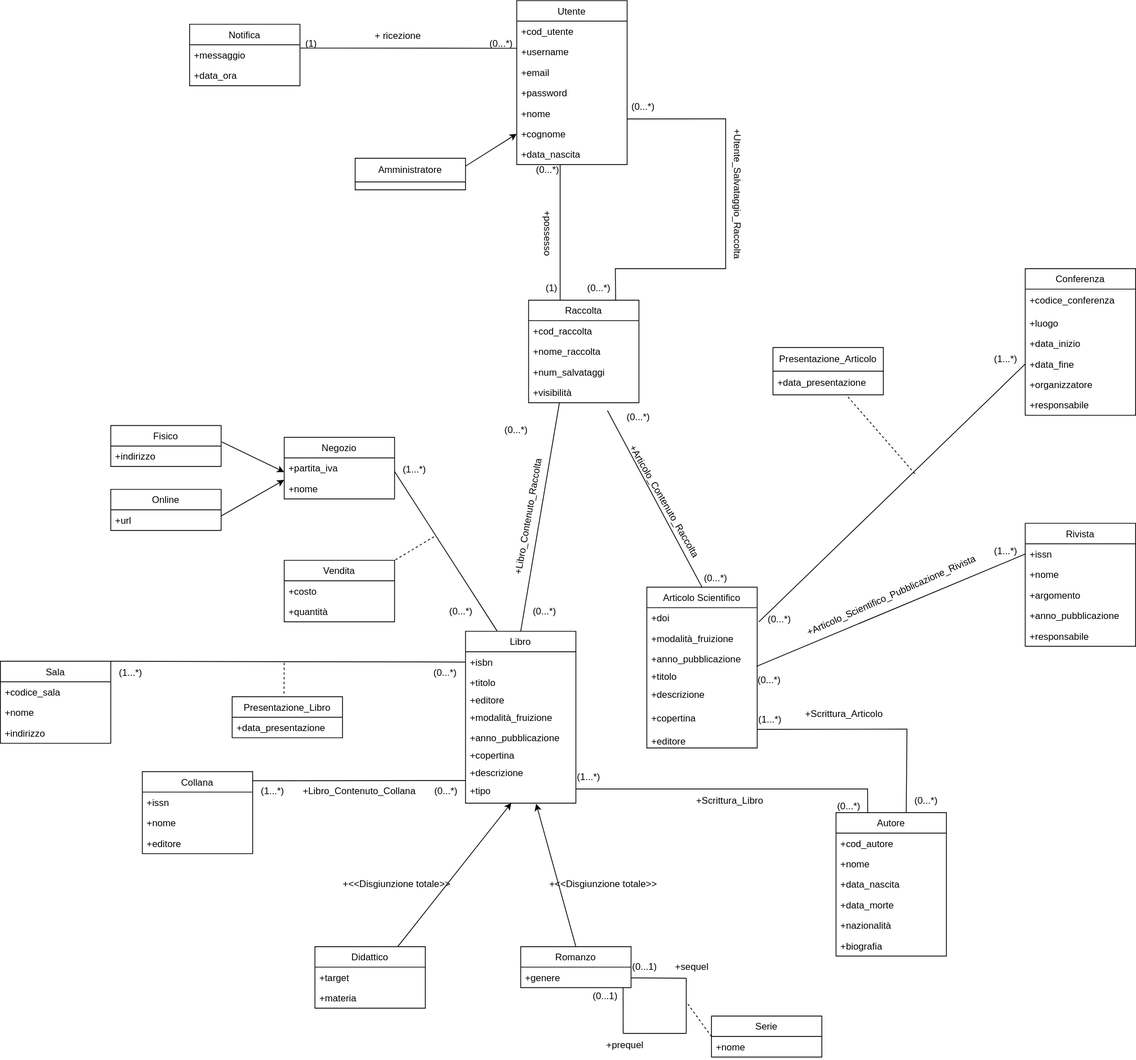
The draw.io diagram progettazione_concettuale/Modello_Concettuale_UML.drawio.svg in m3tt0/Progetto_OB_BASI, before a commit. Source tidied: cells renumbered, new cells last; positions are measured from the earlier drawing's top-left corner, leaving out a move shared by most shapes.
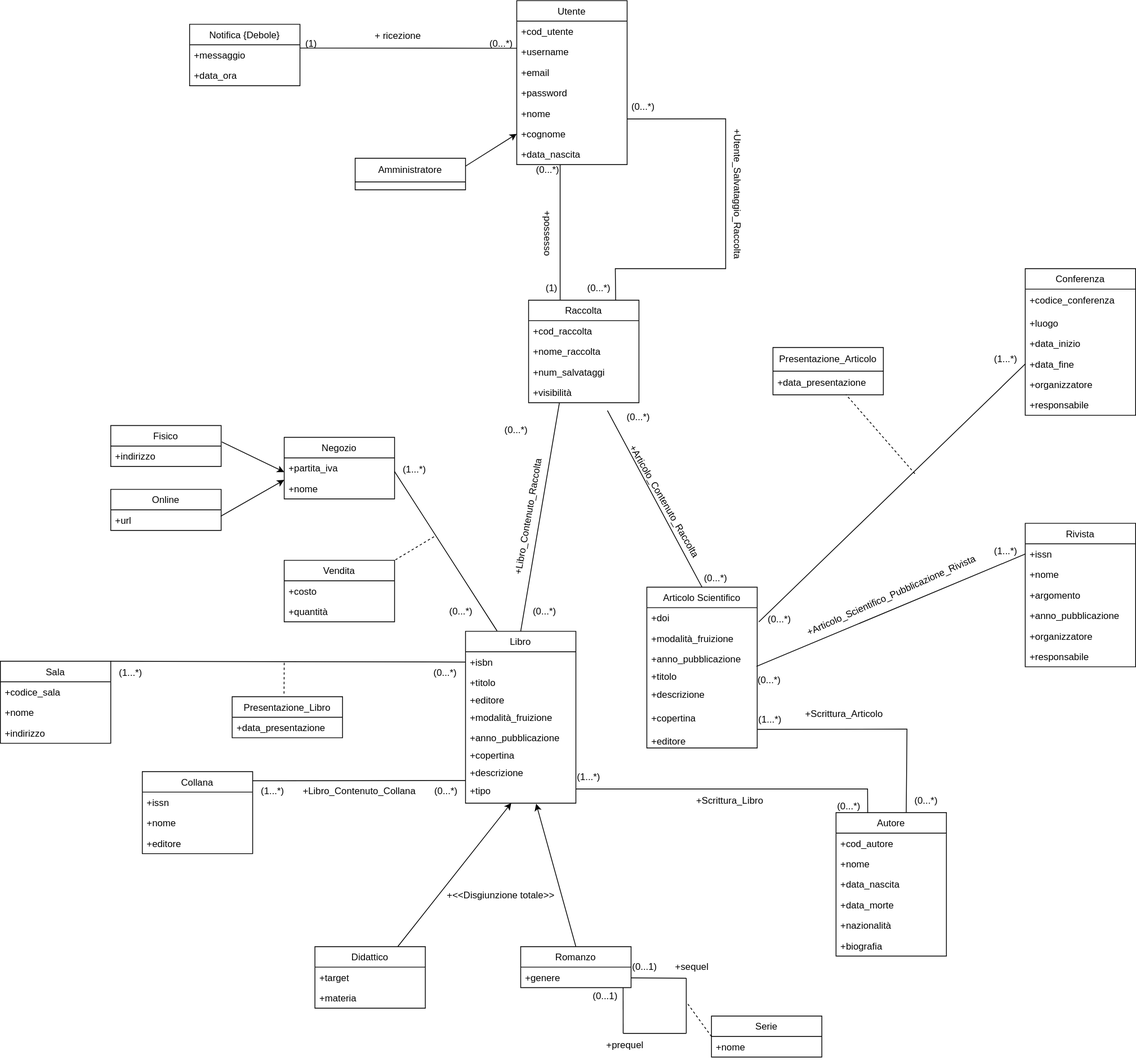
Later version of the same file.

Diff of the diagram source:
```diff
@@ -110,7 +110,7 @@
       </mxGeometry>
     </mxCell>
     <mxCell id="35" value="Rivista" style="swimlane;fontStyle=0;horizontal=1;startSize=26;fillColor=none;" parent="1" vertex="1">
-      <mxGeometry x="1300" y="663" width="140" height="156" as="geometry" />
+      <mxGeometry x="1300" y="663" width="140" height="182" as="geometry" />
     </mxCell>
     <mxCell id="36" value="+issn" style="text;strokeColor=none;fillColor=none;align=left;verticalAlign=top;spacingLeft=4;spacingRight=4;overflow=hidden;points=[[0,0.5],[1,0.5]];portConstraint=eastwest;" parent="35" vertex="1">
       <mxGeometry y="26" width="140" height="26" as="geometry" />
@@ -124,9 +124,12 @@
     <mxCell id="39" value="+anno_pubblicazione" style="text;strokeColor=none;fillColor=none;align=left;verticalAlign=top;spacingLeft=4;spacingRight=4;overflow=hidden;" parent="35" vertex="1">
       <mxGeometry y="104" width="140" height="26" as="geometry" />
     </mxCell>
-    <mxCell id="40" value="+responsabile" style="text;strokeColor=none;fillColor=none;align=left;verticalAlign=top;spacingLeft=4;spacingRight=4;overflow=hidden;" parent="35" vertex="1">
+    <mxCell id="40" value="+organizzatore" style="text;strokeColor=none;fillColor=none;align=left;verticalAlign=top;spacingLeft=4;spacingRight=4;overflow=hidden;" parent="35" vertex="1">
       <mxGeometry y="130" width="140" height="26" as="geometry" />
     </mxCell>
+    <mxCell id="150" value="+responsabile" style="text;strokeColor=none;fillColor=none;align=left;verticalAlign=top;spacingLeft=4;spacingRight=4;overflow=hidden;" parent="35" vertex="1">
+      <mxGeometry y="156" width="140" height="26" as="geometry" />
+    </mxCell>
     <mxCell id="41" style="endArrow=none;html=1;rounded=0;entryX=0;entryY=0.5;entryDx=0;entryDy=0;exitX=0.994;exitY=1.025;exitDx=0;exitDy=0;exitPerimeter=0;" parent="1" edge="1" source="21" target="36">
       <mxGeometry relative="1" as="geometry" />
     </mxCell>
@@ -359,7 +362,7 @@
     <mxCell id="113" style="endArrow=none;html=1;rounded=0;entryX=0;entryY=0.322;entryDx=0;entryDy=0;exitX=1;exitY=0.161;exitDx=0;exitDy=0;exitPerimeter=0;entryPerimeter=0;" parent="1" edge="1" source="115" target="95">
       <mxGeometry relative="1" as="geometry" />
     </mxCell>
-    <mxCell id="114" value="Notifica" style="swimlane;fontStyle=0;horizontal=1;startSize=26;fillColor=none;" parent="1" vertex="1">
+    <mxCell id="114" value="Notifica {Debole}" style="swimlane;fontStyle=0;horizontal=1;startSize=26;fillColor=none;" parent="1" vertex="1">
       <mxGeometry x="240" y="30" width="140" height="78" as="geometry" />
     </mxCell>
     <mxCell id="115" value="+messaggio" style="text;strokeColor=none;fillColor=none;align=left;verticalAlign=top;spacingLeft=4;spacingRight=4;overflow=hidden;points=[[0,0.5],[1,0.5]];portConstraint=eastwest;" parent="114" vertex="1">
@@ -410,7 +413,7 @@
       <mxGeometry relative="1" as="geometry" />
     </mxCell>
     <mxCell id="130" value="+&amp;lt;&amp;lt;Disgiunzione totale&amp;gt;&amp;gt;" style="text;html=1;strokeColor=none;fillColor=none;align=center;verticalAlign=middle;whiteSpace=wrap;rounded=0;" parent="1" vertex="1">
-      <mxGeometry x="433" y="1106" width="140" height="30" as="geometry" />
+      <mxGeometry x="565" y="1120" width="140" height="30" as="geometry" />
     </mxCell>
     <mxCell id="131" style="endArrow=none;html=1;rounded=0;exitX=1;exitY=0.544;exitDx=0;exitDy=0;exitPerimeter=0;entryX=0;entryY=0.5;entryDx=0;entryDy=0;" parent="1" edge="1" target="6">
       <mxGeometry relative="1" as="geometry">
@@ -426,9 +429,6 @@
     <mxCell id="134" value="+genere" style="text;strokeColor=none;fillColor=none;align=left;verticalAlign=top;spacingLeft=4;spacingRight=4;overflow=hidden;points=[[0,0.5],[1,0.5]];portConstraint=eastwest;" parent="133" vertex="1">
       <mxGeometry y="26" width="140" height="26" as="geometry" />
     </mxCell>
-    <mxCell id="135" value="+&amp;lt;&amp;lt;Disgiunzione totale&amp;gt;&amp;gt;" style="text;html=1;strokeColor=none;fillColor=none;align=center;verticalAlign=middle;whiteSpace=wrap;rounded=0;" parent="1" vertex="1">
-      <mxGeometry x="695" y="1106" width="140" height="30" as="geometry" />
-    </mxCell>
     <mxCell id="136" style="endArrow=classic;html=1;rounded=0;entryX=0.64;entryY=1.025;entryDx=0;entryDy=0;entryPerimeter=0;exitX=0.5;exitY=0;exitDx=0;exitDy=0;" parent="1" edge="1" source="133" target="17">
       <mxGeometry relative="1" as="geometry" />
     </mxCell>
```
